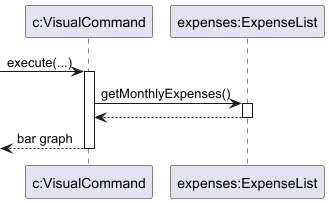
Above: docs/UML_diagrams/images/VisualCommand.png in natmloclam/tp (PlantUML), before the change. The source it was exported from:
```plantuml
@startuml


participant "c:VisualCommand" as c
participant "expenses:ExpenseList" as e

-> c++: execute(...)

c -> e++: getMonthlyExpenses()
return

return bar graph

@enduml
```
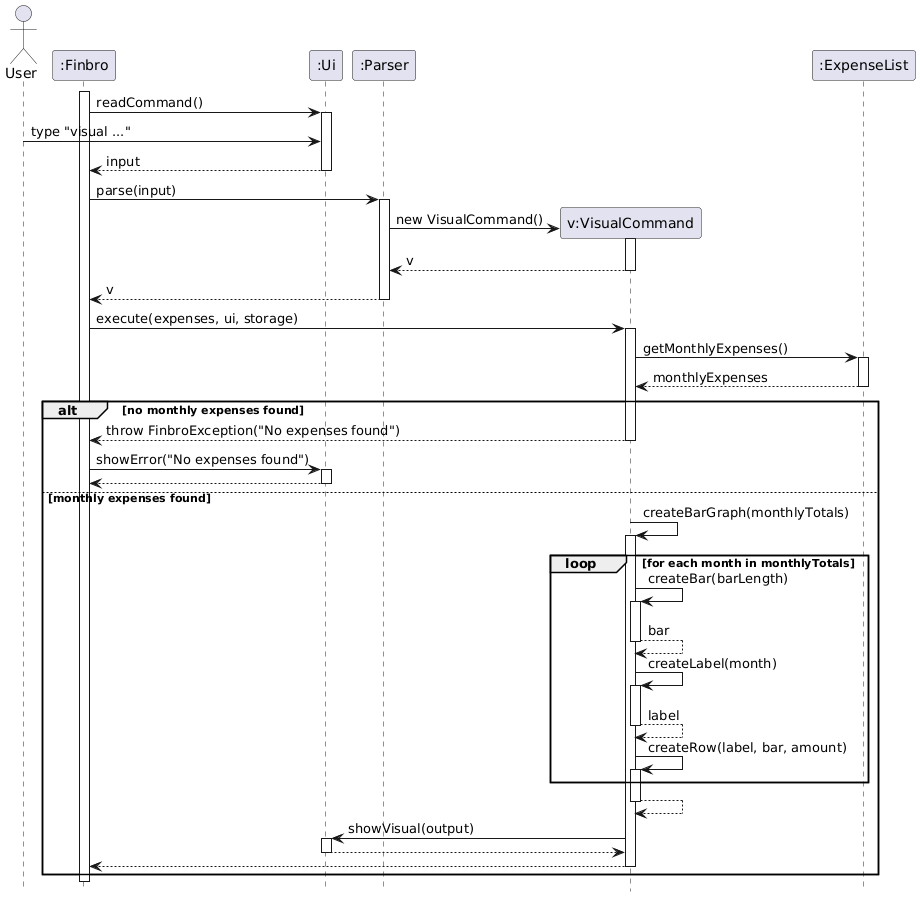
Later version of the same file.

Commit message:
fix visual command sequence diagram

The edit, as a diff of the source:
```diff
@@ -1,14 +1,81 @@
 @startuml
+hide footbox
+
+actor User
 
 
-participant "c:VisualCommand" as c
-participant "expenses:ExpenseList" as e
+participant ":Finbro" as Finbro
+participant ":Ui" as Ui
+participant ":Parser" as Parser
+participant "v:VisualCommand" as VisualCommand
+participant ":ExpenseList" as ExpenseList
 
--> c++: execute(...)
 
-c -> e++: getMonthlyExpenses()
-return
+activate Finbro
+Finbro -> Ui ++ : readCommand()
+User -> Ui : type "visual ..."
+Ui --> Finbro : input
+deactivate Ui
 
-return bar graph
+Finbro -> Parser : parse(input)
+activate Parser
 
+create VisualCommand
+Parser -> VisualCommand : new VisualCommand()
+activate VisualCommand
+VisualCommand --> Parser : v
+deactivate VisualCommand
+
+Parser --> Finbro : v
+deactivate Parser
+
+Finbro -> VisualCommand : execute(expenses, ui, storage)
+activate VisualCommand
+
+VisualCommand -> ExpenseList : getMonthlyExpenses()
+activate ExpenseList
+ExpenseList --> VisualCommand : monthlyExpenses
+deactivate ExpenseList
+
+alt no monthly expenses found
+    VisualCommand --> Finbro : throw FinbroException("No expenses found")
+    deactivate VisualCommand
+
+    Finbro -> Ui : showError("No expenses found")
+    activate Ui
+    Ui --> Finbro
+    deactivate Ui
+
+else monthly expenses found
+    VisualCommand -> VisualCommand : createBarGraph(monthlyTotals)
+    activate VisualCommand
+
+    loop for each month in monthlyTotals
+        VisualCommand -> VisualCommand : createBar(barLength)
+        activate VisualCommand
+        VisualCommand --> VisualCommand : bar
+        deactivate VisualCommand
+
+        VisualCommand -> VisualCommand : createLabel(month)
+        activate VisualCommand
+        VisualCommand --> VisualCommand : label
+        deactivate VisualCommand
+
+        VisualCommand -> VisualCommand : createRow(label, bar, amount)
+        activate VisualCommand
+    end
+
+    VisualCommand --> VisualCommand
+    deactivate VisualCommand
+
+    VisualCommand -> Ui : showVisual(output)
+    activate Ui
+    Ui --> VisualCommand
+    deactivate Ui
+
+    VisualCommand --> Finbro
+    deactivate VisualCommand
+end
+
+deactivate Finbro
 @enduml
```
